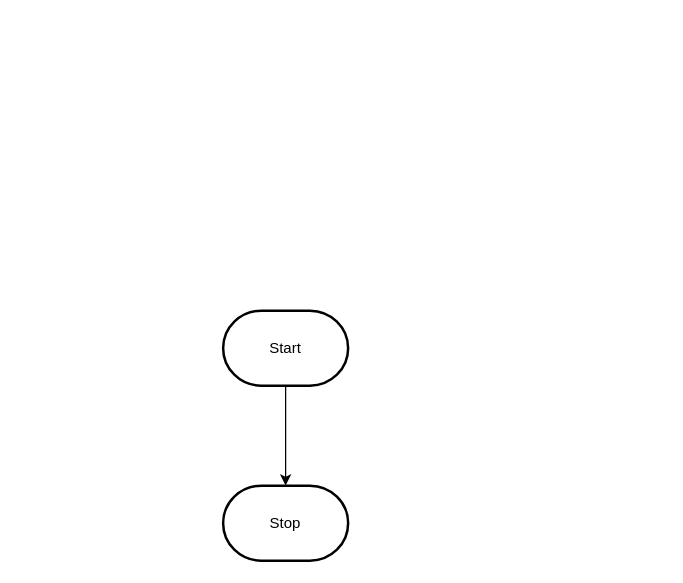
Earlier version of the draw.io diagram design/flowchart.drawio (MTHS-ICS2O-2-2022/ICS2O-Unit-3-04-Fares-Abdelkader). Source tidied: cells renumbered, new cells numbered last; positions are measured from the earlier drawing's top-left corner, leaving out a move shared by most shapes. Both pictures are drawn from the tidied source at 125%, with x=0, y=0 at pixel (222, 310).
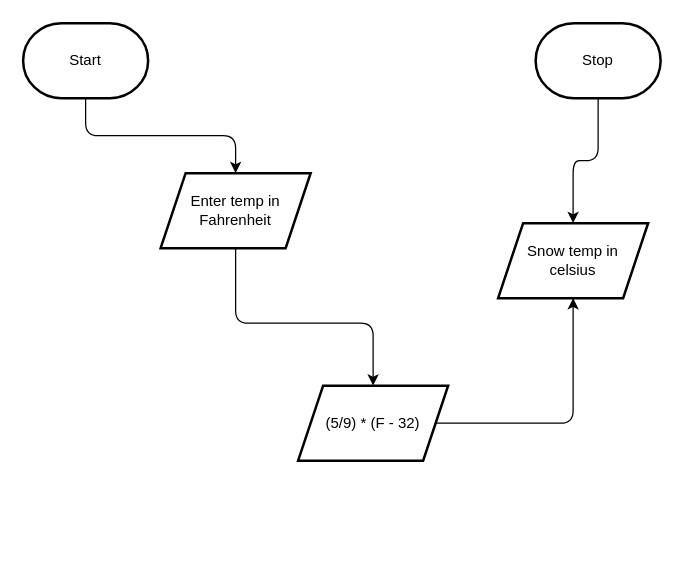
The same diagram, later.

Change to the diagram source:
```diff
@@
 <mxGraphModel>
   <root>
     <mxCell id="0" />
     <mxCell id="1" parent="0" />
+    <mxCell id="5" style="edgeStyle=none;html=1;entryX=0.5;entryY=0;entryDx=0;entryDy=0;" parent="1" edge="1" source="3" target="2">
+      <mxGeometry relative="1" as="geometry">
+        <Array as="points">
+          <mxPoint x="-110" y="-140" />
+          <mxPoint x="10" y="-140" />
+        </Array>
+      </mxGeometry>
+    </mxCell>
+    <mxCell id="3" value="Start" style="strokeWidth=2;html=1;shape=mxgraph.flowchart.terminator;whiteSpace=wrap;" parent="1" vertex="1">
+      <mxGeometry x="-160" y="-230" width="100" height="60" as="geometry" />
+    </mxCell>
+    <mxCell id="6" style="edgeStyle=none;html=1;" parent="1" edge="1" source="4" target="10">
+      <mxGeometry relative="1" as="geometry">
+        <Array as="points">
+          <mxPoint x="300" y="-120" />
+          <mxPoint x="280" y="-120" />
+        </Array>
+      </mxGeometry>
+    </mxCell>
+    <mxCell id="4" value="Stop" style="strokeWidth=2;html=1;shape=mxgraph.flowchart.terminator;whiteSpace=wrap;" parent="1" vertex="1">
+      <mxGeometry x="250" y="-230" width="100" height="60" as="geometry" />
+    </mxCell>
+    <mxCell id="7" style="edgeStyle=none;html=1;" parent="1" edge="1" source="2" target="9">
+      <mxGeometry relative="1" as="geometry">
+        <Array as="points">
+          <mxPoint x="10" y="10" />
+          <mxPoint x="120" y="10" />
+        </Array>
+      </mxGeometry>
+    </mxCell>
-    <mxCell id="2" style="edgeStyle=orthogonalEdgeStyle;html=1;rounded=0;" parent="1" edge="1" source="3" target="4">
-      <mxGeometry relative="1" as="geometry" />
+    <mxCell id="2" value="Enter temp in&lt;br&gt;Fahrenheit" style="shape=parallelogram;perimeter=parallelogramPerimeter;whiteSpace=wrap;html=1;fixedSize=1;strokeWidth=2;" parent="1" vertex="1">
+      <mxGeometry x="-50" y="-110" width="120" height="60" as="geometry" />
     </mxCell>
-    <mxCell id="3" value="Start" style="strokeWidth=2;html=1;shape=mxgraph.flowchart.terminator;whiteSpace=wrap;" parent="1" vertex="1">
-      <mxGeometry width="100" height="60" as="geometry" />
-    </mxCell>
-    <mxCell id="4" value="Stop" style="strokeWidth=2;html=1;shape=mxgraph.flowchart.terminator;whiteSpace=wrap;" parent="1" vertex="1">
-      <mxGeometry y="140" width="100" height="60" as="geometry" />
-    </mxCell>
+    <mxCell id="8" style="edgeStyle=none;html=1;exitX=1;exitY=0.5;exitDx=0;exitDy=0;" parent="1" edge="1" source="9" target="10">
+      <mxGeometry relative="1" as="geometry">
+        <Array as="points">
+          <mxPoint x="280" y="90" />
+        </Array>
+      </mxGeometry>
+    </mxCell>
+    <mxCell id="9" value="(5/9) * (F - 32)" style="shape=parallelogram;perimeter=parallelogramPerimeter;whiteSpace=wrap;html=1;fixedSize=1;strokeWidth=2;" parent="1" vertex="1">
+      <mxGeometry x="60" y="60" width="120" height="60" as="geometry" />
+    </mxCell>
+    <mxCell id="10" value="Snow temp in&lt;br&gt;celsius" style="shape=parallelogram;perimeter=parallelogramPerimeter;whiteSpace=wrap;html=1;fixedSize=1;strokeWidth=2;" parent="1" vertex="1">
+      <mxGeometry x="220" y="-70" width="120" height="60" as="geometry" />
+    </mxCell>
   </root>
 </mxGraphModel>
```
